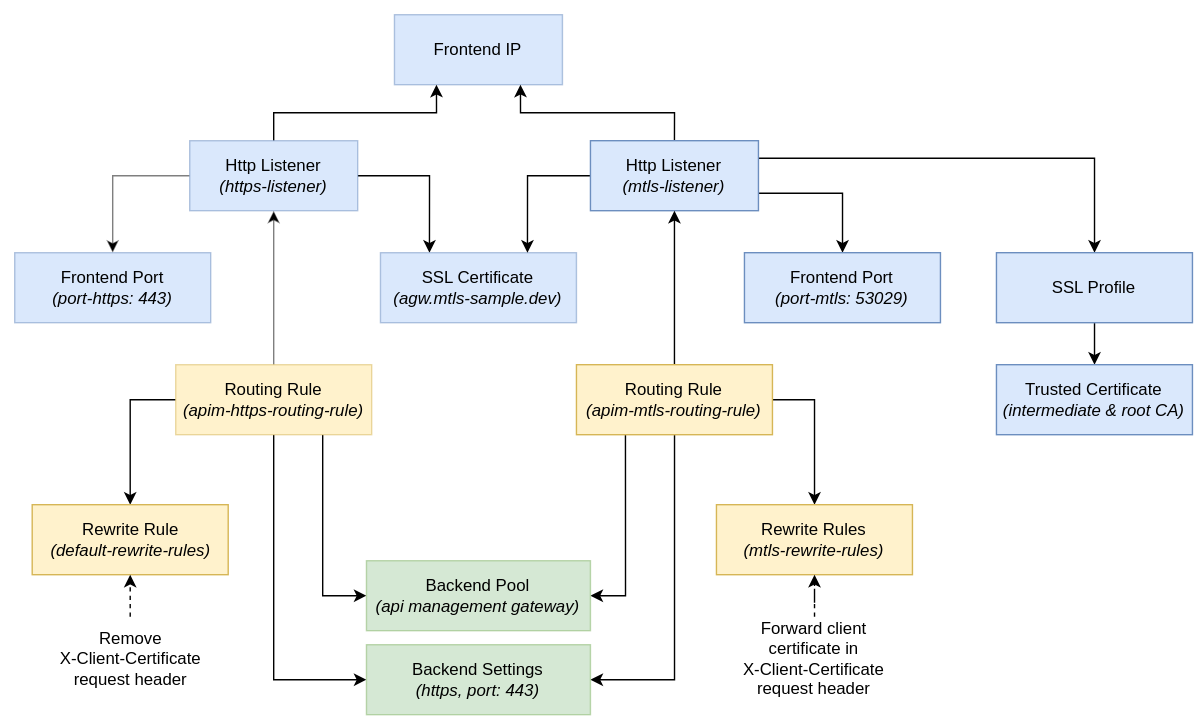
Above: images/diagrams-scenario2-agw-setup.drawio.svg in ronaldbosma/mtls-with-apim-and-agw (draw.io), before the change. Source tidied: cells renumbered, new cells last; positions are measured from the earlier drawing's top-left corner, leaving out a move shared by most shapes.
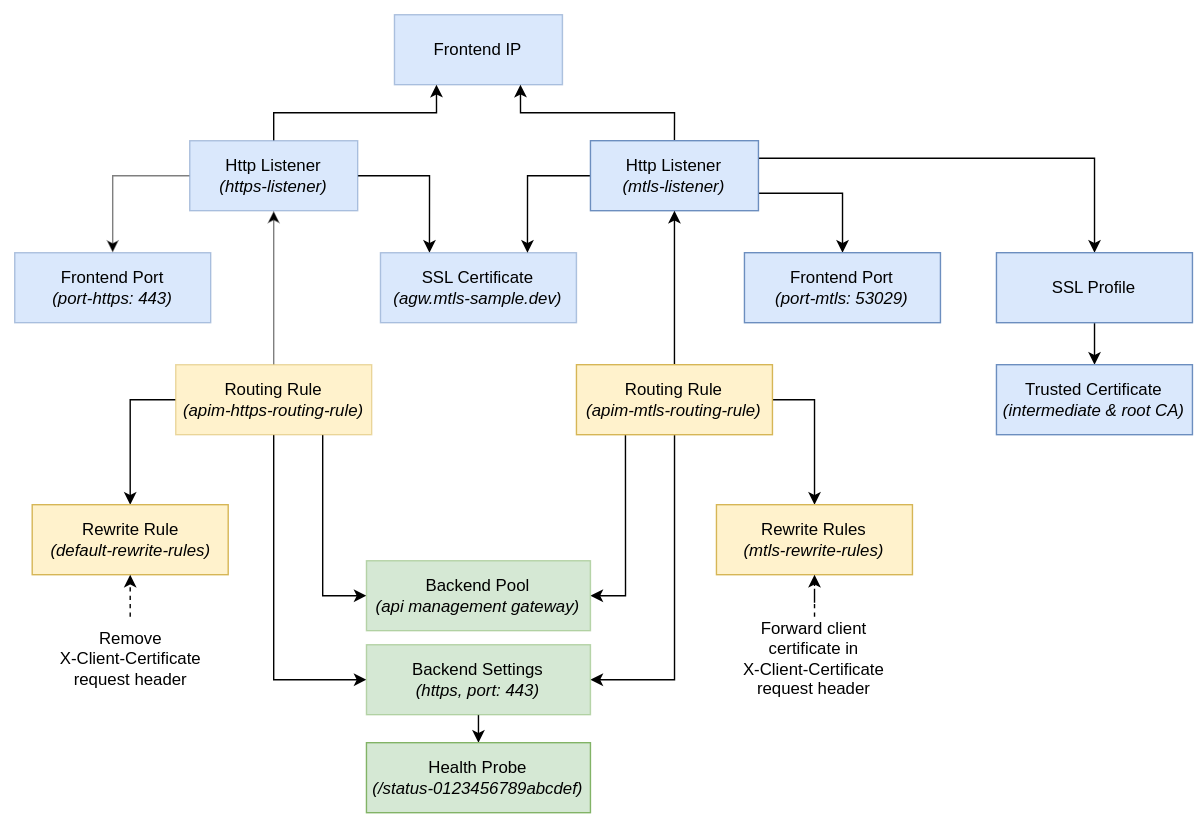
Above is the later version.

Commit message:
Add health probe to agw setup diagram

The edit, as a diff of the source:
```diff
@@ -3,7 +3,7 @@
     <mxCell id="0" />
     <mxCell id="1" parent="0" />
     <mxCell id="2" style="rounded=0;whiteSpace=wrap;html=1;strokeColor=none;" parent="1" vertex="1">
-      <mxGeometry width="860" height="520" as="geometry" />
+      <mxGeometry width="860" height="590" as="geometry" />
     </mxCell>
     <mxCell id="3" value="Frontend IP" style="rounded=0;whiteSpace=wrap;html=1;fillColor=#dae8fc;strokeColor=#6c8ebf;fillOpacity=100;strokeOpacity=50;align=center;verticalAlign=middle;fontFamily=Helvetica;fontSize=12;" parent="1" vertex="1">
       <mxGeometry x="281.2" y="10" width="120" height="50" as="geometry" />
@@ -98,6 +98,9 @@
     <mxCell id="33" value="Backend Pool&lt;br&gt;&lt;i&gt;(api management gateway)&lt;/i&gt;" style="rounded=0;whiteSpace=wrap;html=1;fillColor=#d5e8d4;strokeColor=#82b366;fillOpacity=100;strokeOpacity=50;" parent="1" vertex="1">
       <mxGeometry x="261.2" y="400" width="160" height="50" as="geometry" />
     </mxCell>
+    <mxCell id="37" style="edgeStyle=none;html=1;" parent="1" edge="1" source="34" target="38">
+      <mxGeometry relative="1" as="geometry" />
+    </mxCell>
     <mxCell id="34" value="Backend Settings&lt;br&gt;&lt;i&gt;(https, port: 443)&lt;/i&gt;" style="rounded=0;whiteSpace=wrap;html=1;fillColor=#d5e8d4;strokeColor=#82b366;fillOpacity=100;strokeOpacity=50;" parent="1" vertex="1">
       <mxGeometry x="261.2" y="460" width="160" height="50" as="geometry" />
     </mxCell>
@@ -107,5 +110,8 @@
     <mxCell id="36" value="Forward client certificate in&lt;br&gt;X-Client-Certificate request header" style="text;html=1;strokeColor=none;fillColor=none;align=center;verticalAlign=middle;whiteSpace=wrap;rounded=0;fillOpacity=100;" parent="1" vertex="1">
       <mxGeometry x="526.2" y="440" width="110" height="60" as="geometry" />
     </mxCell>
+    <mxCell id="38" value="Health Probe&lt;div&gt;&lt;i&gt;(/status-0123456789abcdef)&lt;/i&gt;&lt;/div&gt;" style="rounded=0;whiteSpace=wrap;html=1;fillColor=#d5e8d4;strokeColor=#82b366;" parent="1" vertex="1">
+      <mxGeometry x="261.2" y="530" width="160" height="50" as="geometry" />
+    </mxCell>
   </root>
 </mxGraphModel>
```
